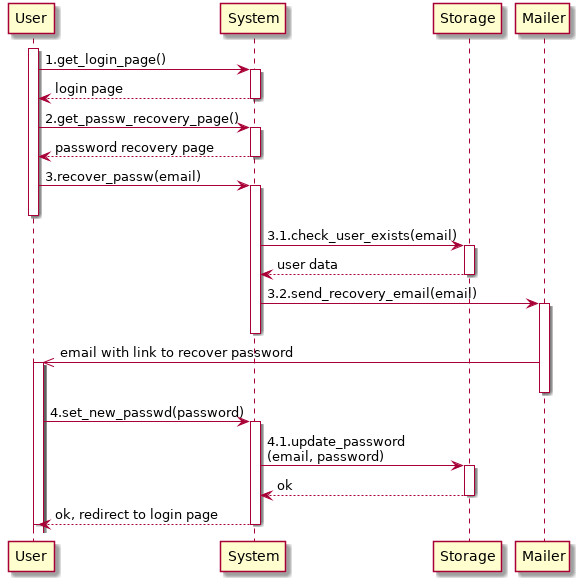
Earlier version of the PlantUML export RASD/images/useCases/password_recovery.png (GiorgioUghini/SafeStreets).
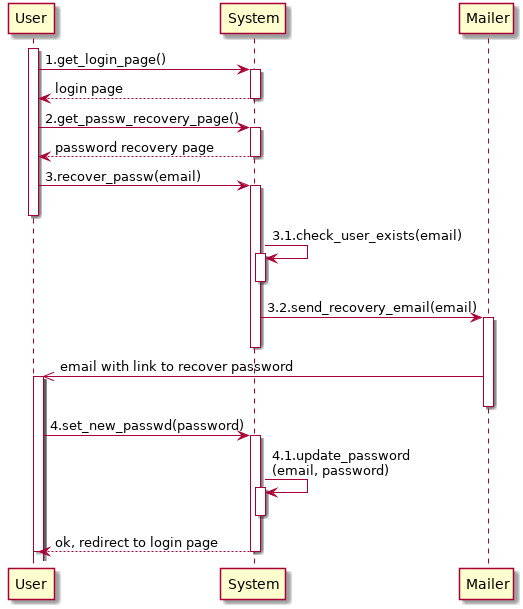
After the commit.

Change to the diagram source:
```diff
@@ -3,7 +3,6 @@
 
     participant User as U
     participant System as S
-    participant Storage as ST
     participant Mailer as M
 
     activate U
@@ -13,16 +12,16 @@
     return password recovery page
     U -> S: 3.recover_passw(email)
     deactivate U
-    S -> ST: 3.1.check_user_exists(email)
-    return user data
+    S -> S: 3.1.check_user_exists(email)
+    deactivate S
     S -> M: 3.2.send_recovery_email(email)
     deactivate S
     M ->> U: email with link to recover password
     deactivate M
     activate U
     U -> S: 4.set_new_passwd(password)
-    S -> ST: 4.1.update_password\n(email, password)
-    return ok
+    S -> S: 4.1.update_password\n(email, password)
+    deactivate S
     return ok, redirect to login page
     deactivate U
 
```
